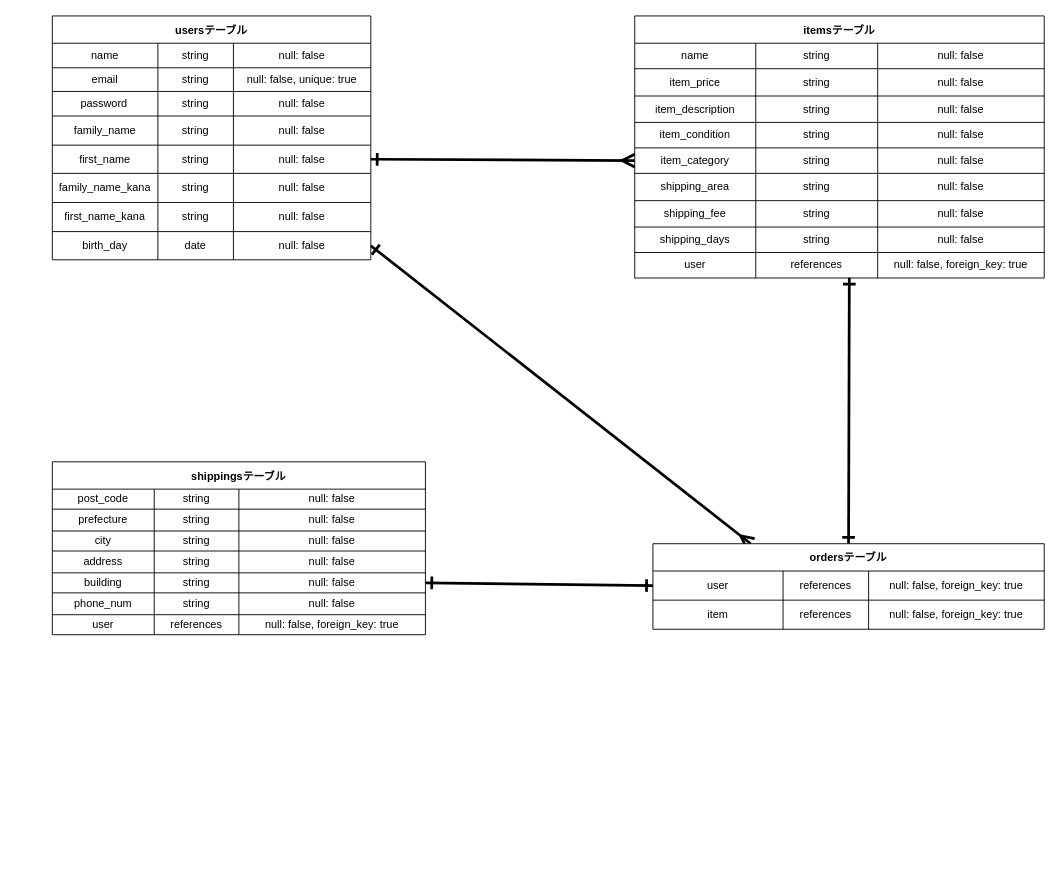
This is furima-37294.dio from ysd-hrkz/furima-37294, a draw.io file, before an edit. Source tidied: cells renumbered, new cells numbered last; positions are measured from the earlier drawing's top-left corner, leaving out a move shared by most shapes. Both pictures are drawn from the tidied source at 91%, with x=0, y=0 at pixel (52, 15).
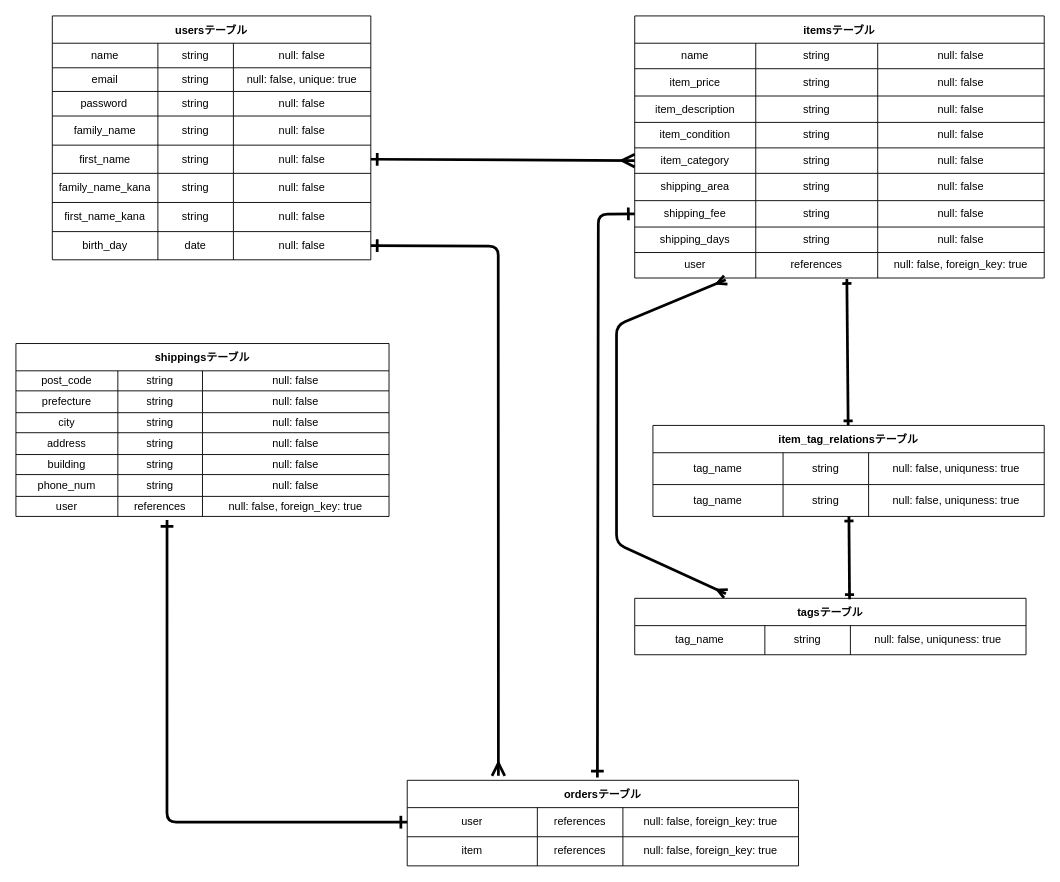
After the change.

Commit message (it also covers changes not shown here):
ER図、README修正

The change refers to these unchanged cells:
```xml
<mxCell id="31" style="shape=partialRectangle;html=1;whiteSpace=wrap;fillColor=none;top=0;left=0;bottom=0;right=0;points=[[0,0.5],[1,0.5]];portConstraint=eastwest;" parent="2" vertex="1">
  <mxGeometry y="237" width="350" height="31" as="geometry" />
</mxCell>
<mxCell id="38" style="shape=partialRectangle;html=1;whiteSpace=wrap;fillColor=none;top=0;left=0;bottom=0;right=0;points=[[0,0.5],[1,0.5]];portConstraint=eastwest;" parent="37" vertex="1">
  <mxGeometry y="30" width="430" height="32" as="geometry" />
</mxCell>
<mxCell id="71" style="shape=partialRectangle;html=1;whiteSpace=wrap;fillColor=none;top=0;left=0;bottom=0;right=0;points=[[0,0.5],[1,0.5]];portConstraint=eastwest;" parent="46" vertex="1">
  <mxGeometry y="203" width="450" height="29" as="geometry" />
</mxCell>
<mxCell id="79" style="shape=partialRectangle;html=1;whiteSpace=wrap;fillColor=none;top=0;left=0;bottom=0;right=0;points=[[0,0.5],[1,0.5]];portConstraint=eastwest;" parent="46" vertex="1">
  <mxGeometry y="260" width="450" height="28" as="geometry" />
</mxCell>
<mxCell id="100" style="shape=partialRectangle;html=1;whiteSpace=wrap;fillColor=none;top=0;left=0;bottom=0;right=0;points=[[0,0.5],[1,0.5]];portConstraint=eastwest;" parent="83" vertex="1">
  <mxGeometry y="122" width="410" height="22" as="geometry" />
</mxCell>
<mxCell id="108" style="shape=partialRectangle;html=1;whiteSpace=wrap;fillColor=none;top=0;left=0;bottom=0;right=0;points=[[0,0.5],[1,0.5]];portConstraint=eastwest;" parent="83" vertex="1">
  <mxGeometry y="168" width="410" height="22" as="geometry" />
</mxCell>
```

Change to the diagram source:
```diff
@@
-    <mxCell id="35" style="edgeStyle=none;html=1;exitX=0.25;exitY=0;exitDx=0;exitDy=0;entryX=1;entryY=0.5;entryDx=0;entryDy=0;startArrow=ERmany;startFill=0;endArrow=ERone;endFill=0;startSize=10;endSize=10;sourcePerimeterSpacing=10;targetPerimeterSpacing=10;strokeWidth=3;" parent="1" edge="1" source="37" target="31">
-      <mxGeometry relative="1" as="geometry" />
+    <mxCell id="35" style="edgeStyle=none;html=1;exitX=0.233;exitY=-0.053;exitDx=0;exitDy=0;entryX=1;entryY=0.5;entryDx=0;entryDy=0;startArrow=ERmany;startFill=0;endArrow=ERone;endFill=0;startSize=10;endSize=10;sourcePerimeterSpacing=10;targetPerimeterSpacing=10;strokeWidth=3;exitPerimeter=0;" parent="1" edge="1" source="37" target="31">
+      <mxGeometry relative="1" as="geometry">
+        <Array as="points">
+          <mxPoint x="490" y="253" />
+        </Array>
+      </mxGeometry>
     </mxCell>
-    <mxCell id="36" style="edgeStyle=none;html=1;exitX=0.5;exitY=0;exitDx=0;exitDy=0;entryX=0.524;entryY=0.988;entryDx=0;entryDy=0;entryPerimeter=0;startArrow=ERone;startFill=0;endArrow=ERone;endFill=0;startSize=10;endSize=10;sourcePerimeterSpacing=10;targetPerimeterSpacing=10;strokeWidth=3;" parent="1" edge="1" source="37" target="79">
-      <mxGeometry relative="1" as="geometry" />
+    <mxCell id="36" style="edgeStyle=none;html=1;startArrow=ERone;startFill=0;endArrow=ERone;endFill=0;startSize=10;endSize=10;sourcePerimeterSpacing=10;targetPerimeterSpacing=10;strokeWidth=3;entryX=0;entryY=0.5;entryDx=0;entryDy=0;exitX=0.486;exitY=-0.032;exitDx=0;exitDy=0;exitPerimeter=0;" parent="1" edge="1" source="37" target="71">
+      <mxGeometry relative="1" as="geometry">
+        <Array as="points">
+          <mxPoint x="600" y="218" />
+        </Array>
+      </mxGeometry>
     </mxCell>
     <mxCell id="37" value="ordersテーブル" style="shape=table;startSize=30;childLayout=tableLayout;fontStyle=1;align=center;" parent="1" vertex="1">
-      <mxGeometry x="660" y="580" width="430" height="94" as="geometry" />
+      <mxGeometry x="390" y="840" width="430" height="94" as="geometry" />
     </mxCell>
@@
     <mxCell id="83" value="shippingsテーブル" style="shape=table;startSize=30;childLayout=tableLayout;fontStyle=1;align=center;" parent="1" vertex="1">
-      <mxGeometry y="490" width="410" height="190" as="geometry" />
+      <mxGeometry x="-40" y="360" width="410" height="190" as="geometry" />
     </mxCell>
@@
-    <mxCell id="113" style="edgeStyle=none;html=1;exitX=1;exitY=0.5;exitDx=0;exitDy=0;entryX=0;entryY=0.5;entryDx=0;entryDy=0;startArrow=ERone;startFill=0;endArrow=ERone;endFill=0;startSize=10;endSize=10;sourcePerimeterSpacing=10;targetPerimeterSpacing=10;strokeWidth=3;" parent="1" edge="1" source="100" target="38">
-      <mxGeometry relative="1" as="geometry" />
+    <mxCell id="113" style="edgeStyle=none;html=1;exitX=0.405;exitY=1.182;exitDx=0;exitDy=0;entryX=0;entryY=0.5;entryDx=0;entryDy=0;startArrow=ERone;startFill=0;endArrow=ERone;endFill=0;startSize=10;endSize=10;sourcePerimeterSpacing=10;targetPerimeterSpacing=10;strokeWidth=3;exitPerimeter=0;" parent="1" edge="1" source="108" target="38">
+      <mxGeometry relative="1" as="geometry">
+        <Array as="points">
+          <mxPoint x="126" y="886" />
+        </Array>
+      </mxGeometry>
     </mxCell>
+    <mxCell id="114" style="edgeStyle=none;html=1;exitX=0.233;exitY=-0.081;exitDx=0;exitDy=0;startArrow=ERmany;startFill=0;endArrow=ERmany;endFill=0;strokeWidth=3;exitPerimeter=0;" parent="1" edge="1" source="115">
+      <mxGeometry relative="1" as="geometry">
+        <mxPoint x="740" y="290" as="targetPoint" />
+        <Array as="points">
+          <mxPoint x="620" y="580" />
+          <mxPoint x="620" y="340" />
+        </Array>
+      </mxGeometry>
+    </mxCell>
+    <mxCell id="115" value="tagsテーブル" style="shape=table;startSize=30;childLayout=tableLayout;fontStyle=1;align=center;" parent="1" vertex="1">
+      <mxGeometry x="640" y="640" width="430" height="62" as="geometry" />
+    </mxCell>
+    <mxCell id="116" style="shape=partialRectangle;html=1;whiteSpace=wrap;fillColor=none;top=0;left=0;bottom=0;right=0;" parent="115" vertex="1">
+      <mxGeometry y="30" width="430" height="32" as="geometry" />
+    </mxCell>
+    <mxCell id="117" value="tag_name" style="shape=partialRectangle;html=1;whiteSpace=wrap;fillColor=none;top=0;left=0;bottom=0;right=0;overflow=hidden;" parent="116" vertex="1">
+      <mxGeometry width="143" height="32" as="geometry" />
+    </mxCell>
+    <mxCell id="118" value="string" style="shape=partialRectangle;html=1;whiteSpace=wrap;fillColor=none;top=0;left=0;bottom=0;right=0;overflow=hidden;" parent="116" vertex="1">
+      <mxGeometry x="143" width="94" height="32" as="geometry" />
+    </mxCell>
+    <mxCell id="119" value="&lt;span&gt;null: false, uniquness: true&lt;/span&gt;" style="shape=partialRectangle;html=1;whiteSpace=wrap;fillColor=none;top=0;left=0;bottom=0;right=0;overflow=hidden;" parent="116" vertex="1">
+      <mxGeometry x="237" width="193" height="32" as="geometry" />
+    </mxCell>
+    <mxCell id="120" style="edgeStyle=none;html=1;entryX=0.518;entryY=1.036;entryDx=0;entryDy=0;entryPerimeter=0;strokeWidth=3;startArrow=ERone;startFill=0;endArrow=ERone;endFill=0;" parent="1" edge="1" source="122" target="79">
+      <mxGeometry relative="1" as="geometry" />
+    </mxCell>
+    <mxCell id="121" style="edgeStyle=none;html=1;entryX=0.549;entryY=0.016;entryDx=0;entryDy=0;entryPerimeter=0;strokeWidth=3;endArrow=ERone;endFill=0;startArrow=ERone;startFill=0;" parent="1" edge="1" source="122" target="115">
+      <mxGeometry relative="1" as="geometry" />
+    </mxCell>
+    <mxCell id="122" value="item_tag_relationsテーブル" style="shape=table;startSize=30;childLayout=tableLayout;fontStyle=1;align=center;" parent="1" vertex="1">
+      <mxGeometry x="660" y="450" width="430" height="100" as="geometry" />
+    </mxCell>
+    <mxCell id="123" style="shape=partialRectangle;html=1;whiteSpace=wrap;fillColor=none;top=0;left=0;bottom=0;right=0;" parent="122" vertex="1">
+      <mxGeometry y="30" width="430" height="35" as="geometry" />
+    </mxCell>
+    <mxCell id="124" value="tag_name" style="shape=partialRectangle;html=1;whiteSpace=wrap;fillColor=none;top=0;left=0;bottom=0;right=0;overflow=hidden;" parent="123" vertex="1">
+      <mxGeometry width="143" height="35" as="geometry" />
+    </mxCell>
+    <mxCell id="125" value="string" style="shape=partialRectangle;html=1;whiteSpace=wrap;fillColor=none;top=0;left=0;bottom=0;right=0;overflow=hidden;" parent="123" vertex="1">
+      <mxGeometry x="143" width="94" height="35" as="geometry" />
+    </mxCell>
+    <mxCell id="126" value="&lt;span&gt;null: false, uniquness: true&lt;/span&gt;" style="shape=partialRectangle;html=1;whiteSpace=wrap;fillColor=none;top=0;left=0;bottom=0;right=0;overflow=hidden;" parent="123" vertex="1">
+      <mxGeometry x="237" width="193" height="35" as="geometry" />
+    </mxCell>
+    <mxCell id="127" style="shape=partialRectangle;html=1;whiteSpace=wrap;fillColor=none;top=0;left=0;bottom=0;right=0;" parent="122" vertex="1">
+      <mxGeometry y="65" width="430" height="35" as="geometry" />
+    </mxCell>
+    <mxCell id="128" value="tag_name" style="shape=partialRectangle;html=1;whiteSpace=wrap;fillColor=none;top=0;left=0;bottom=0;right=0;overflow=hidden;" parent="127" vertex="1">
+      <mxGeometry width="143" height="35" as="geometry" />
+    </mxCell>
+    <mxCell id="129" value="string" style="shape=partialRectangle;html=1;whiteSpace=wrap;fillColor=none;top=0;left=0;bottom=0;right=0;overflow=hidden;" parent="127" vertex="1">
+      <mxGeometry x="143" width="94" height="35" as="geometry" />
+    </mxCell>
+    <mxCell id="130" value="&lt;span&gt;null: false, uniquness: true&lt;/span&gt;" style="shape=partialRectangle;html=1;whiteSpace=wrap;fillColor=none;top=0;left=0;bottom=0;right=0;overflow=hidden;" parent="127" vertex="1">
+      <mxGeometry x="237" width="193" height="35" as="geometry" />
+    </mxCell>
```
